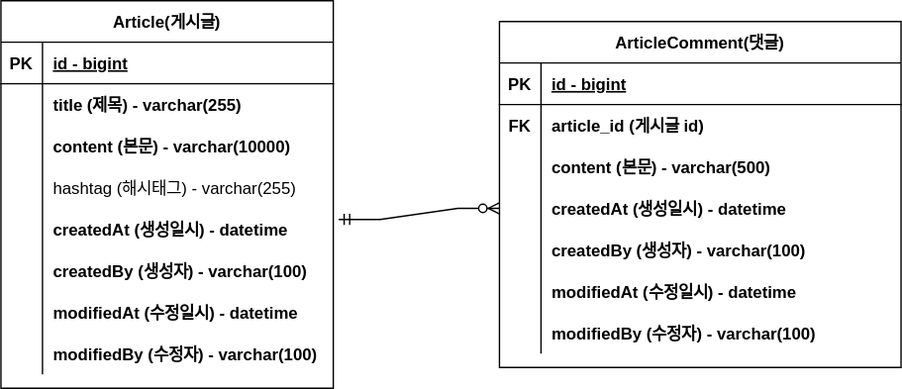
This is document/project-board.svg from immediatelylee/PortFolio_Board, a draw.io export, as it was before one commit. Source tidied: cells renumbered, new cells last; positions are measured from the earlier drawing's top-left corner, leaving out a move shared by most shapes.
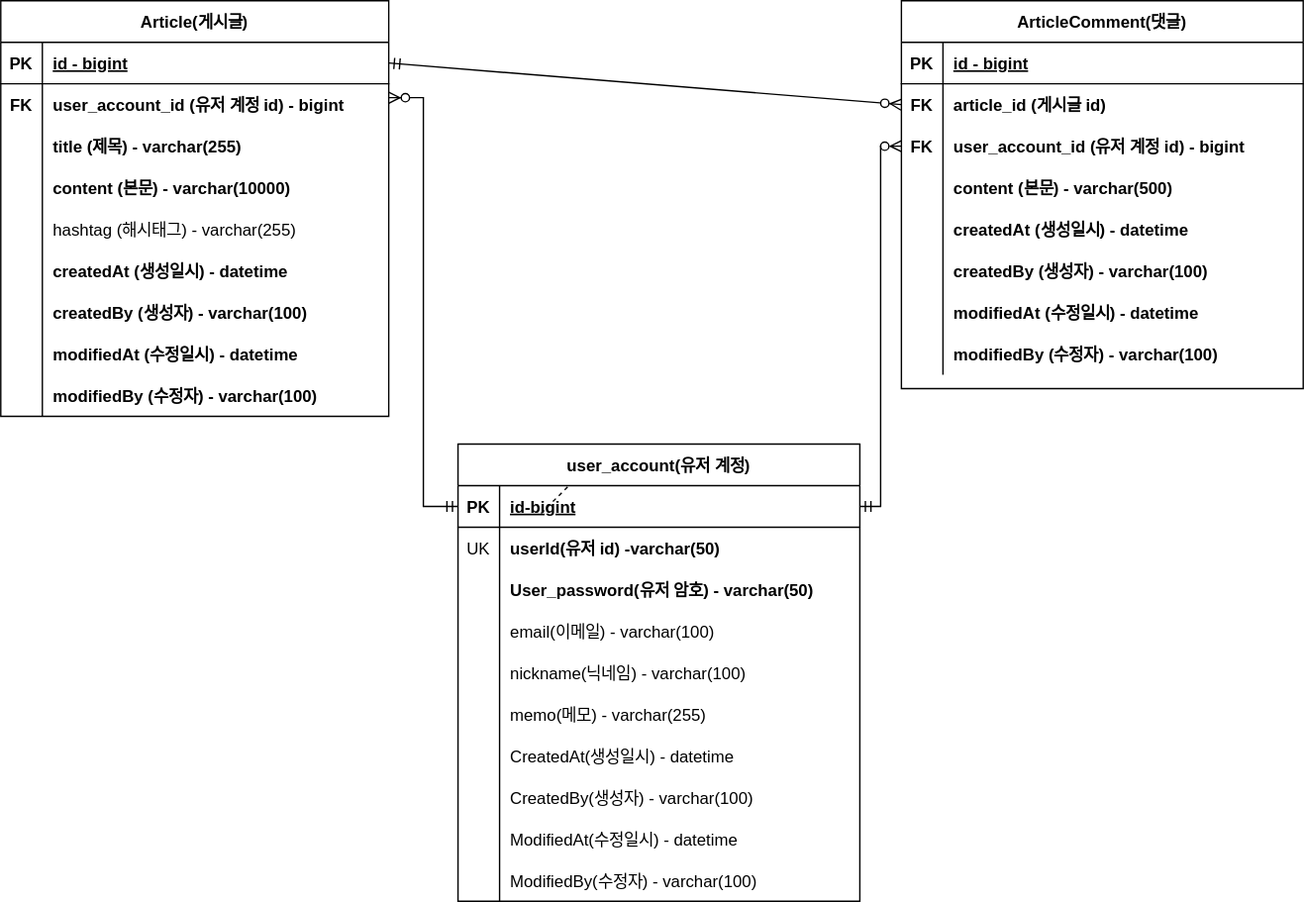
After the commit.

Change to the diagram source:
```diff
@@ -5,6 +5,6 @@
     <mxCell id="2" value="Article(게시글)" style="shape=table;startSize=30;rowLines=0;fontStyle=1;align=center;" parent="1" vertex="1">
-      <mxGeometry width="240" height="280" as="geometry" />
+      <mxGeometry x="-40" y="-20" width="280" height="300" as="geometry" />
     </mxCell>
     <mxCell id="3" style="shape=tableRow;horizontal=0;startSize=0;swimlaneHead=0;swimlaneBody=0;fillColor=none;points=[[0,0.5],[1,0.5]];portConstraint=eastwest;top=0;left=0;right=0;bottom=1;" parent="2" vertex="1">
-      <mxGeometry y="30" width="240" height="30" as="geometry" />
+      <mxGeometry y="30" width="280" height="30" as="geometry" />
     </mxCell>
@@ -14,15 +14,24 @@
     <mxCell id="5" value="id - bigint" style="shape=partialRectangle;fillColor=none;top=0;left=0;bottom=0;right=0;align=left;spacingLeft=6;fontStyle=5;overflow=hidden;" parent="3" vertex="1">
-      <mxGeometry x="30" width="210" height="30" as="geometry" />
+      <mxGeometry x="30" width="250" height="30" as="geometry" />
     </mxCell>
     <mxCell id="6" style="shape=tableRow;horizontal=0;startSize=0;swimlaneHead=0;swimlaneBody=0;fillColor=none;top=0;left=0;right=0;bottom=0;" parent="2" vertex="1">
-      <mxGeometry y="60" width="240" height="30" as="geometry" />
+      <mxGeometry y="60" width="280" height="30" as="geometry" />
     </mxCell>
-    <mxCell id="7" style="shape=partialRectangle;fillColor=none;top=0;left=0;bottom=0;right=0;overflow=hidden;" parent="6" vertex="1">
+    <mxCell id="7" value="FK" style="shape=partialRectangle;fillColor=none;top=0;left=0;bottom=0;right=0;overflow=hidden;fontStyle=1;" parent="6" vertex="1">
       <mxGeometry width="30" height="30" as="geometry" />
     </mxCell>
-    <mxCell id="8" value="title (제목) - varchar(255)" style="shape=partialRectangle;fillColor=none;top=0;left=0;bottom=0;right=0;align=left;spacingLeft=6;overflow=hidden;fontStyle=1;" parent="6" vertex="1">
-      <mxGeometry x="30" width="210" height="30" as="geometry" />
+    <mxCell id="8" value="user_account_id (유저 계정 id) - bigint" style="shape=partialRectangle;fillColor=none;top=0;left=0;bottom=0;right=0;align=left;spacingLeft=6;overflow=hidden;fontStyle=1;" parent="6" vertex="1">
+      <mxGeometry x="30" width="250" height="30" as="geometry" />
     </mxCell>
+    <mxCell id="50" style="shape=tableRow;horizontal=0;startSize=0;swimlaneHead=0;swimlaneBody=0;fillColor=none;top=0;left=0;right=0;bottom=0;" parent="2" vertex="1">
+      <mxGeometry y="90" width="280" height="30" as="geometry" />
+    </mxCell>
+    <mxCell id="51" style="shape=partialRectangle;fillColor=none;top=0;left=0;bottom=0;right=0;overflow=hidden;fontStyle=1;" parent="50" vertex="1">
+      <mxGeometry width="30" height="30" as="geometry" />
+    </mxCell>
+    <mxCell id="52" value="title (제목) - varchar(255)" style="shape=partialRectangle;fillColor=none;top=0;left=0;bottom=0;right=0;align=left;spacingLeft=6;overflow=hidden;fontStyle=1;" parent="50" vertex="1">
+      <mxGeometry x="30" width="250" height="30" as="geometry" />
+    </mxCell>
     <mxCell id="9" style="shape=tableRow;horizontal=0;startSize=0;swimlaneHead=0;swimlaneBody=0;fillColor=none;top=0;left=0;right=0;bottom=0;" parent="2" vertex="1">
-      <mxGeometry y="90" width="240" height="30" as="geometry" />
+      <mxGeometry y="120" width="280" height="30" as="geometry" />
     </mxCell>
@@ -32,6 +41,6 @@
     <mxCell id="11" value="content (본문) - varchar(10000)" style="shape=partialRectangle;fillColor=none;top=0;left=0;bottom=0;right=0;align=left;spacingLeft=6;overflow=hidden;fontStyle=1;" parent="9" vertex="1">
-      <mxGeometry x="30" width="210" height="30" as="geometry" />
+      <mxGeometry x="30" width="250" height="30" as="geometry" />
     </mxCell>
     <mxCell id="12" style="shape=tableRow;horizontal=0;startSize=0;swimlaneHead=0;swimlaneBody=0;fillColor=none;top=0;left=0;right=0;bottom=0;" parent="2" vertex="1">
-      <mxGeometry y="120" width="240" height="30" as="geometry" />
+      <mxGeometry y="150" width="280" height="30" as="geometry" />
     </mxCell>
@@ -41,6 +50,6 @@
     <mxCell id="14" value="hashtag (해시태그) - varchar(255)    " style="shape=partialRectangle;fillColor=none;top=0;left=0;bottom=0;right=0;align=left;spacingLeft=6;overflow=hidden;" parent="12" vertex="1">
-      <mxGeometry x="30" width="210" height="30" as="geometry" />
+      <mxGeometry x="30" width="250" height="30" as="geometry" />
     </mxCell>
     <mxCell id="15" style="shape=tableRow;horizontal=0;startSize=0;swimlaneHead=0;swimlaneBody=0;fillColor=none;points=[[0,0.5],[1,0.5]];portConstraint=eastwest;top=0;left=0;right=0;bottom=0;" parent="2" vertex="1">
-      <mxGeometry y="150" width="240" height="30" as="geometry" />
+      <mxGeometry y="180" width="280" height="30" as="geometry" />
     </mxCell>
@@ -50,6 +59,6 @@
     <mxCell id="17" value="createdAt (생성일시) - datetime" style="shape=partialRectangle;fillColor=none;top=0;left=0;bottom=0;right=0;align=left;spacingLeft=6;overflow=hidden;fontStyle=1;" parent="15" vertex="1">
-      <mxGeometry x="30" width="210" height="30" as="geometry" />
+      <mxGeometry x="30" width="250" height="30" as="geometry" />
     </mxCell>
     <mxCell id="18" style="shape=tableRow;horizontal=0;startSize=0;swimlaneHead=0;swimlaneBody=0;fillColor=none;top=0;left=0;right=0;bottom=0;" parent="2" vertex="1">
-      <mxGeometry y="180" width="240" height="30" as="geometry" />
+      <mxGeometry y="210" width="280" height="30" as="geometry" />
     </mxCell>
@@ -59,6 +68,6 @@
     <mxCell id="20" value="createdBy (생성자) - varchar(100)" style="shape=partialRectangle;fillColor=none;top=0;left=0;bottom=0;right=0;align=left;spacingLeft=6;overflow=hidden;fontStyle=1;" parent="18" vertex="1">
-      <mxGeometry x="30" width="210" height="30" as="geometry" />
+      <mxGeometry x="30" width="250" height="30" as="geometry" />
     </mxCell>
     <mxCell id="21" style="shape=tableRow;horizontal=0;startSize=0;swimlaneHead=0;swimlaneBody=0;fillColor=none;top=0;left=0;right=0;bottom=0;" parent="2" vertex="1">
-      <mxGeometry y="210" width="240" height="30" as="geometry" />
+      <mxGeometry y="240" width="280" height="30" as="geometry" />
     </mxCell>
@@ -68,6 +77,6 @@
     <mxCell id="23" value="modifiedAt (수정일시) - datetime" style="shape=partialRectangle;fillColor=none;top=0;left=0;bottom=0;right=0;align=left;spacingLeft=6;overflow=hidden;fontStyle=1;" parent="21" vertex="1">
-      <mxGeometry x="30" width="210" height="30" as="geometry" />
+      <mxGeometry x="30" width="250" height="30" as="geometry" />
     </mxCell>
     <mxCell id="24" style="shape=tableRow;horizontal=0;startSize=0;swimlaneHead=0;swimlaneBody=0;fillColor=none;top=0;left=0;right=0;bottom=0;" parent="2" vertex="1">
-      <mxGeometry y="240" width="240" height="30" as="geometry" />
+      <mxGeometry y="270" width="280" height="30" as="geometry" />
     </mxCell>
@@ -77,6 +86,6 @@
     <mxCell id="26" value="modifiedBy (수정자) - varchar(100)" style="shape=partialRectangle;fillColor=none;top=0;left=0;bottom=0;right=0;align=left;spacingLeft=6;overflow=hidden;fontStyle=1;" parent="24" vertex="1">
-      <mxGeometry x="30" width="210" height="30" as="geometry" />
+      <mxGeometry x="30" width="250" height="30" as="geometry" />
     </mxCell>
     <mxCell id="27" value="ArticleComment(댓글)" style="shape=table;startSize=30;rowLines=0;fontStyle=1;align=center;" parent="1" vertex="1">
-      <mxGeometry x="360" y="15" width="290" height="250" as="geometry" />
+      <mxGeometry x="610" y="-20" width="290" height="280" as="geometry" />
     </mxCell>
@@ -100,4 +109,13 @@
     </mxCell>
+    <mxCell id="53" style="shape=tableRow;horizontal=0;startSize=0;swimlaneHead=0;swimlaneBody=0;fillColor=none;points=[[0,0.5],[1,0.5]];portConstraint=eastwest;top=0;left=0;right=0;bottom=0;" parent="27" vertex="1">
+      <mxGeometry y="90" width="290" height="30" as="geometry" />
+    </mxCell>
+    <mxCell id="54" value="FK" style="shape=partialRectangle;fillColor=none;top=0;left=0;bottom=0;right=0;overflow=hidden;fontStyle=1;" parent="53" vertex="1">
+      <mxGeometry width="30" height="30" as="geometry" />
+    </mxCell>
+    <mxCell id="55" value="user_account_id (유저 계정 id) - bigint" style="shape=partialRectangle;fillColor=none;top=0;left=0;bottom=0;right=0;align=left;spacingLeft=6;overflow=hidden;fontStyle=1;" parent="53" vertex="1">
+      <mxGeometry x="30" width="260" height="30" as="geometry" />
+    </mxCell>
     <mxCell id="34" style="shape=tableRow;horizontal=0;startSize=0;swimlaneHead=0;swimlaneBody=0;fillColor=none;top=0;left=0;right=0;bottom=0;" parent="27" vertex="1">
-      <mxGeometry y="90" width="290" height="30" as="geometry" />
+      <mxGeometry y="120" width="290" height="30" as="geometry" />
     </mxCell>
@@ -110,3 +128,3 @@
     <mxCell id="37" style="shape=tableRow;horizontal=0;startSize=0;swimlaneHead=0;swimlaneBody=0;fillColor=none;points=[[0,0.5],[1,0.5]];portConstraint=eastwest;top=0;left=0;right=0;bottom=0;" parent="27" vertex="1">
-      <mxGeometry y="120" width="290" height="30" as="geometry" />
+      <mxGeometry y="150" width="290" height="30" as="geometry" />
     </mxCell>
@@ -119,3 +137,3 @@
     <mxCell id="40" style="shape=tableRow;horizontal=0;startSize=0;swimlaneHead=0;swimlaneBody=0;fillColor=none;top=0;left=0;right=0;bottom=0;" parent="27" vertex="1">
-      <mxGeometry y="150" width="290" height="30" as="geometry" />
+      <mxGeometry y="180" width="290" height="30" as="geometry" />
     </mxCell>
@@ -128,3 +146,3 @@
     <mxCell id="43" style="shape=tableRow;horizontal=0;startSize=0;swimlaneHead=0;swimlaneBody=0;fillColor=none;top=0;left=0;right=0;bottom=0;" parent="27" vertex="1">
-      <mxGeometry y="180" width="290" height="30" as="geometry" />
+      <mxGeometry y="210" width="290" height="30" as="geometry" />
     </mxCell>
@@ -137,3 +155,3 @@
     <mxCell id="46" style="shape=tableRow;horizontal=0;startSize=0;swimlaneHead=0;swimlaneBody=0;fillColor=none;top=0;left=0;right=0;bottom=0;" parent="27" vertex="1">
-      <mxGeometry y="210" width="290" height="30" as="geometry" />
+      <mxGeometry y="240" width="290" height="30" as="geometry" />
     </mxCell>
@@ -145,5 +163,118 @@
     </mxCell>
-    <mxCell id="49" style="edgeStyle=entityRelationEdgeStyle;fontSize=12;html=1;endArrow=ERzeroToMany;startArrow=ERmandOne;rounded=0;entryX=0;entryY=0.5;entryDx=0;entryDy=0;exitX=1.016;exitY=0.267;exitDx=0;exitDy=0;exitPerimeter=0;" parent="1" edge="1" source="15" target="37">
-      <mxGeometry relative="1" as="geometry" />
-    </mxCell>
+    <mxCell id="56" style="endArrow=none;dashed=1;html=1;rounded=0;" parent="1" edge="1">
+      <mxGeometry relative="1" as="geometry">
+        <mxPoint x="350" y="350" as="sourcePoint" />
+        <mxPoint x="400" y="300" as="targetPoint" />
+      </mxGeometry>
+    </mxCell>
+    <mxCell id="57" value="user_account(유저 계정)" style="shape=table;startSize=30;rowLines=0;fontStyle=1;align=center;" parent="1" vertex="1">
+      <mxGeometry x="290" y="300" width="290" height="330" as="geometry" />
+    </mxCell>
+    <mxCell id="58" style="shape=tableRow;horizontal=0;startSize=0;swimlaneHead=0;swimlaneBody=0;fillColor=none;points=[[0,0.5],[1,0.5]];portConstraint=eastwest;top=0;left=0;right=0;bottom=1;" parent="57" vertex="1">
+      <mxGeometry y="30" width="290" height="30" as="geometry" />
+    </mxCell>
+    <mxCell id="59" value="PK" style="shape=partialRectangle;fillColor=none;top=0;left=0;bottom=0;right=0;fontStyle=1;overflow=hidden;" parent="58" vertex="1">
+      <mxGeometry width="30" height="30" as="geometry" />
+    </mxCell>
+    <mxCell id="60" value="id-bigint" style="shape=partialRectangle;fillColor=none;top=0;left=0;bottom=0;right=0;align=left;spacingLeft=6;fontStyle=5;overflow=hidden;" parent="58" vertex="1">
+      <mxGeometry x="30" width="260" height="30" as="geometry" />
+    </mxCell>
+    <mxCell id="61" style="shape=tableRow;horizontal=0;startSize=0;swimlaneHead=0;swimlaneBody=0;fillColor=none;top=0;left=0;right=0;bottom=0;" parent="57" vertex="1">
+      <mxGeometry y="60" width="290" height="30" as="geometry" />
+    </mxCell>
+    <mxCell id="62" value="UK" style="shape=partialRectangle;fillColor=none;top=0;left=0;bottom=0;right=0;overflow=hidden;" parent="61" vertex="1">
+      <mxGeometry width="30" height="30" as="geometry" />
+    </mxCell>
+    <mxCell id="63" value="userId(유저 id) -varchar(50)" style="shape=partialRectangle;fillColor=none;top=0;left=0;bottom=0;right=0;align=left;spacingLeft=6;overflow=hidden;fontStyle=1;" parent="61" vertex="1">
+      <mxGeometry x="30" width="260" height="30" as="geometry" />
+    </mxCell>
+    <mxCell id="64" style="shape=tableRow;horizontal=0;startSize=0;swimlaneHead=0;swimlaneBody=0;fillColor=none;top=0;left=0;right=0;bottom=0;" parent="57" vertex="1">
+      <mxGeometry y="90" width="290" height="30" as="geometry" />
+    </mxCell>
+    <mxCell id="65" style="shape=partialRectangle;fillColor=none;top=0;left=0;bottom=0;right=0;overflow=hidden;" parent="64" vertex="1">
+      <mxGeometry width="30" height="30" as="geometry" />
+    </mxCell>
+    <mxCell id="66" value="User_password(유저 암호) - varchar(50)" style="shape=partialRectangle;fillColor=none;top=0;left=0;bottom=0;right=0;align=left;spacingLeft=6;overflow=hidden;fontStyle=1;" parent="64" vertex="1">
+      <mxGeometry x="30" width="260" height="30" as="geometry" />
+    </mxCell>
+    <mxCell id="67" style="shape=tableRow;horizontal=0;startSize=0;swimlaneHead=0;swimlaneBody=0;fillColor=none;top=0;left=0;right=0;bottom=0;" parent="57" vertex="1">
+      <mxGeometry y="120" width="290" height="30" as="geometry" />
+    </mxCell>
+    <mxCell id="68" style="shape=partialRectangle;fillColor=none;top=0;left=0;bottom=0;right=0;overflow=hidden;" parent="67" vertex="1">
+      <mxGeometry width="30" height="30" as="geometry" />
+    </mxCell>
+    <mxCell id="69" value="email(이메일) - varchar(100)" style="shape=partialRectangle;fillColor=none;top=0;left=0;bottom=0;right=0;align=left;spacingLeft=6;overflow=hidden;" parent="67" vertex="1">
+      <mxGeometry x="30" width="260" height="30" as="geometry" />
+    </mxCell>
+    <mxCell id="70" style="shape=tableRow;horizontal=0;startSize=0;swimlaneHead=0;swimlaneBody=0;fillColor=none;top=0;left=0;right=0;bottom=0;" parent="57" vertex="1">
+      <mxGeometry y="150" width="290" height="30" as="geometry" />
+    </mxCell>
+    <mxCell id="71" style="shape=partialRectangle;fillColor=none;top=0;left=0;bottom=0;right=0;overflow=hidden;" parent="70" vertex="1">
+      <mxGeometry width="30" height="30" as="geometry" />
+    </mxCell>
+    <mxCell id="72" value="nickname(닉네임) - varchar(100)" style="shape=partialRectangle;fillColor=none;top=0;left=0;bottom=0;right=0;align=left;spacingLeft=6;overflow=hidden;" parent="70" vertex="1">
+      <mxGeometry x="30" width="260" height="30" as="geometry" />
+    </mxCell>
+    <mxCell id="73" style="shape=tableRow;horizontal=0;startSize=0;swimlaneHead=0;swimlaneBody=0;fillColor=none;top=0;left=0;right=0;bottom=0;" parent="57" vertex="1">
+      <mxGeometry y="180" width="290" height="30" as="geometry" />
+    </mxCell>
+    <mxCell id="74" style="shape=partialRectangle;fillColor=none;top=0;left=0;bottom=0;right=0;overflow=hidden;" parent="73" vertex="1">
+      <mxGeometry width="30" height="30" as="geometry" />
+    </mxCell>
+    <mxCell id="75" value="memo(메모) - varchar(255)" style="shape=partialRectangle;fillColor=none;top=0;left=0;bottom=0;right=0;align=left;spacingLeft=6;overflow=hidden;" parent="73" vertex="1">
+      <mxGeometry x="30" width="260" height="30" as="geometry" />
+    </mxCell>
+    <mxCell id="76" style="shape=tableRow;horizontal=0;startSize=0;swimlaneHead=0;swimlaneBody=0;fillColor=none;top=0;left=0;right=0;bottom=0;" parent="57" vertex="1">
+      <mxGeometry y="210" width="290" height="30" as="geometry" />
+    </mxCell>
+    <mxCell id="77" style="shape=partialRectangle;fillColor=none;top=0;left=0;bottom=0;right=0;overflow=hidden;" parent="76" vertex="1">
+      <mxGeometry width="30" height="30" as="geometry" />
+    </mxCell>
+    <mxCell id="78" value="CreatedAt(생성일시) - datetime" style="shape=partialRectangle;fillColor=none;top=0;left=0;bottom=0;right=0;align=left;spacingLeft=6;overflow=hidden;" parent="76" vertex="1">
+      <mxGeometry x="30" width="260" height="30" as="geometry" />
+    </mxCell>
+    <mxCell id="79" style="shape=tableRow;horizontal=0;startSize=0;swimlaneHead=0;swimlaneBody=0;fillColor=none;top=0;left=0;right=0;bottom=0;" parent="57" vertex="1">
+      <mxGeometry y="240" width="290" height="30" as="geometry" />
+    </mxCell>
+    <mxCell id="80" style="shape=partialRectangle;fillColor=none;top=0;left=0;bottom=0;right=0;overflow=hidden;" parent="79" vertex="1">
+      <mxGeometry width="30" height="30" as="geometry" />
+    </mxCell>
+    <mxCell id="81" value="CreatedBy(생성자) - varchar(100)" style="shape=partialRectangle;fillColor=none;top=0;left=0;bottom=0;right=0;align=left;spacingLeft=6;overflow=hidden;" parent="79" vertex="1">
+      <mxGeometry x="30" width="260" height="30" as="geometry" />
+    </mxCell>
+    <mxCell id="82" style="shape=tableRow;horizontal=0;startSize=0;swimlaneHead=0;swimlaneBody=0;fillColor=none;top=0;left=0;right=0;bottom=0;" parent="57" vertex="1">
+      <mxGeometry y="270" width="290" height="30" as="geometry" />
+    </mxCell>
+    <mxCell id="83" style="shape=partialRectangle;fillColor=none;top=0;left=0;bottom=0;right=0;overflow=hidden;" parent="82" vertex="1">
+      <mxGeometry width="30" height="30" as="geometry" />
+    </mxCell>
+    <mxCell id="84" value="ModifiedAt(수정일시) - datetime" style="shape=partialRectangle;fillColor=none;top=0;left=0;bottom=0;right=0;align=left;spacingLeft=6;overflow=hidden;" parent="82" vertex="1">
+      <mxGeometry x="30" width="260" height="30" as="geometry" />
+    </mxCell>
+    <mxCell id="85" style="shape=tableRow;horizontal=0;startSize=0;swimlaneHead=0;swimlaneBody=0;fillColor=none;top=0;left=0;right=0;bottom=0;" parent="57" vertex="1">
+      <mxGeometry y="300" width="290" height="30" as="geometry" />
+    </mxCell>
+    <mxCell id="86" style="shape=partialRectangle;fillColor=none;top=0;left=0;bottom=0;right=0;overflow=hidden;" parent="85" vertex="1">
+      <mxGeometry width="30" height="30" as="geometry" />
+    </mxCell>
+    <mxCell id="87" value="ModifiedBy(수정자) - varchar(100)" style="shape=partialRectangle;fillColor=none;top=0;left=0;bottom=0;right=0;align=left;spacingLeft=6;overflow=hidden;" parent="85" vertex="1">
+      <mxGeometry x="30" width="260" height="30" as="geometry" />
+    </mxCell>
+    <mxCell id="88" style="shape=tableRow;horizontal=0;startSize=0;swimlaneHead=0;swimlaneBody=0;fillColor=none;top=0;left=0;right=0;bottom=0;" parent="1" vertex="1">
+      <mxGeometry x="260" y="590" width="290" height="30" as="geometry" />
+    </mxCell>
+    <mxCell id="89" style="shape=partialRectangle;fillColor=none;top=0;left=0;bottom=0;right=0;overflow=hidden;" parent="88" vertex="1">
+      <mxGeometry width="30" height="30" as="geometry" />
+    </mxCell>
+    <mxCell id="90" style="fontSize=12;html=1;endArrow=ERzeroToMany;startArrow=ERmandOne;rounded=0;entryX=0;entryY=0.5;entryDx=0;entryDy=0;exitX=1;exitY=0.5;exitDx=0;exitDy=0;" parent="1" edge="1" source="3" target="31">
+      <mxGeometry relative="1" as="geometry" />
+    </mxCell>
+    <mxCell id="91" style="fontSize=12;html=1;endArrow=ERzeroToMany;startArrow=ERmandOne;rounded=0;edgeStyle=elbowEdgeStyle;exitX=0;exitY=0.5;exitDx=0;exitDy=0;" parent="1" edge="1" source="58">
+      <mxGeometry relative="1" as="geometry">
+        <mxPoint x="240" y="50" as="targetPoint" />
+      </mxGeometry>
+    </mxCell>
+    <mxCell id="92" style="fontSize=12;html=1;endArrow=ERmandOne;startArrow=ERzeroToMany;rounded=0;edgeStyle=elbowEdgeStyle;endFill=0;startFill=0;entryX=1;entryY=0.5;entryDx=0;entryDy=0;exitX=0;exitY=0.5;exitDx=0;exitDy=0;" parent="1" edge="1" source="53" target="58">
+      <mxGeometry relative="1" as="geometry" />
+    </mxCell>
   </root>
```
